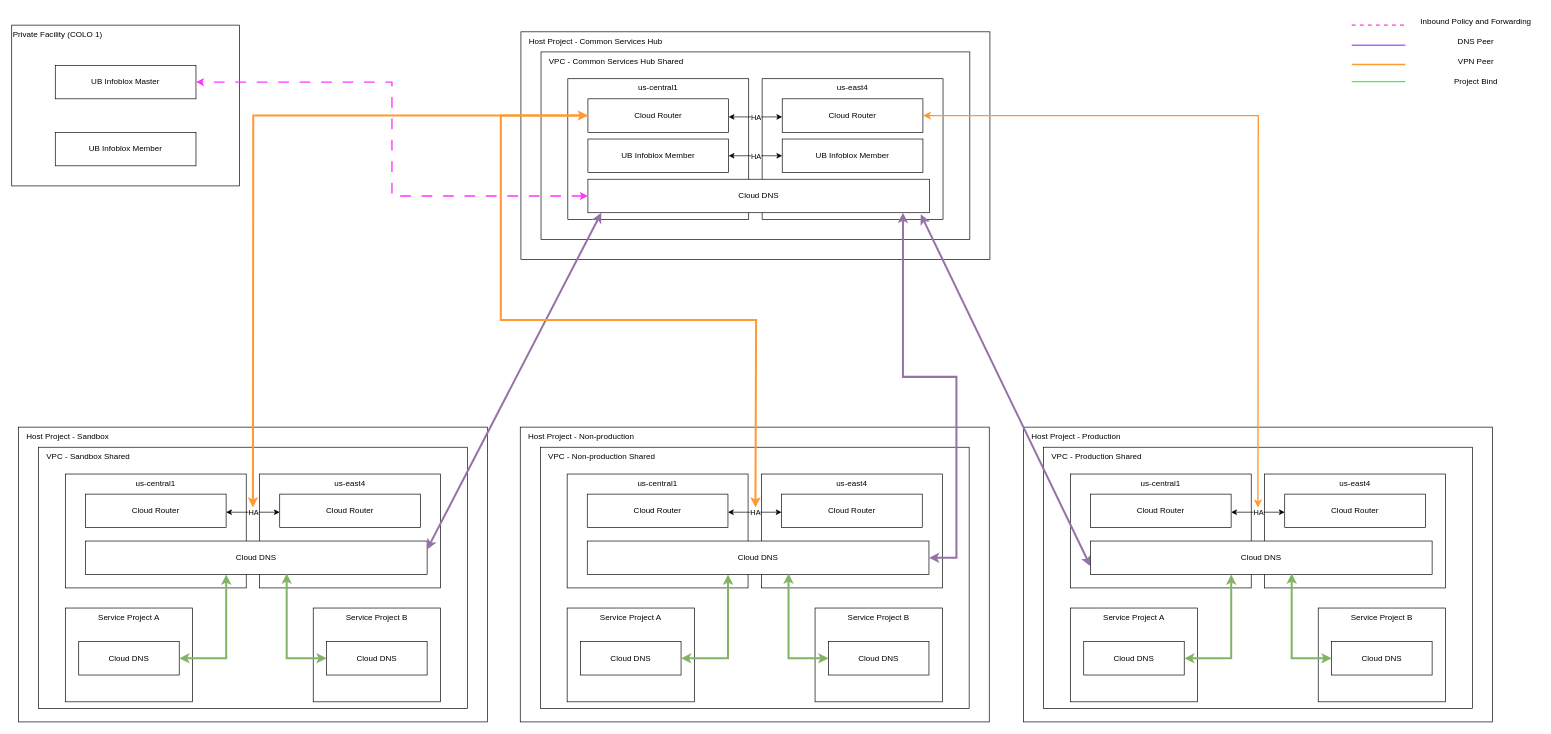
bpayt2/temp keeps this draw.io diagram as page "DNS - Level 1" (16 of 16) of disaster-recovery.drawio. Above is the earlier version. Source tidied: cells renumbered, new cells numbered last; positions are measured from the earlier drawing's top-left corner, leaving out a move shared by most shapes. Both pictures are drawn from the tidied source at 67%, with x=0, y=0 at pixel (11, 11).
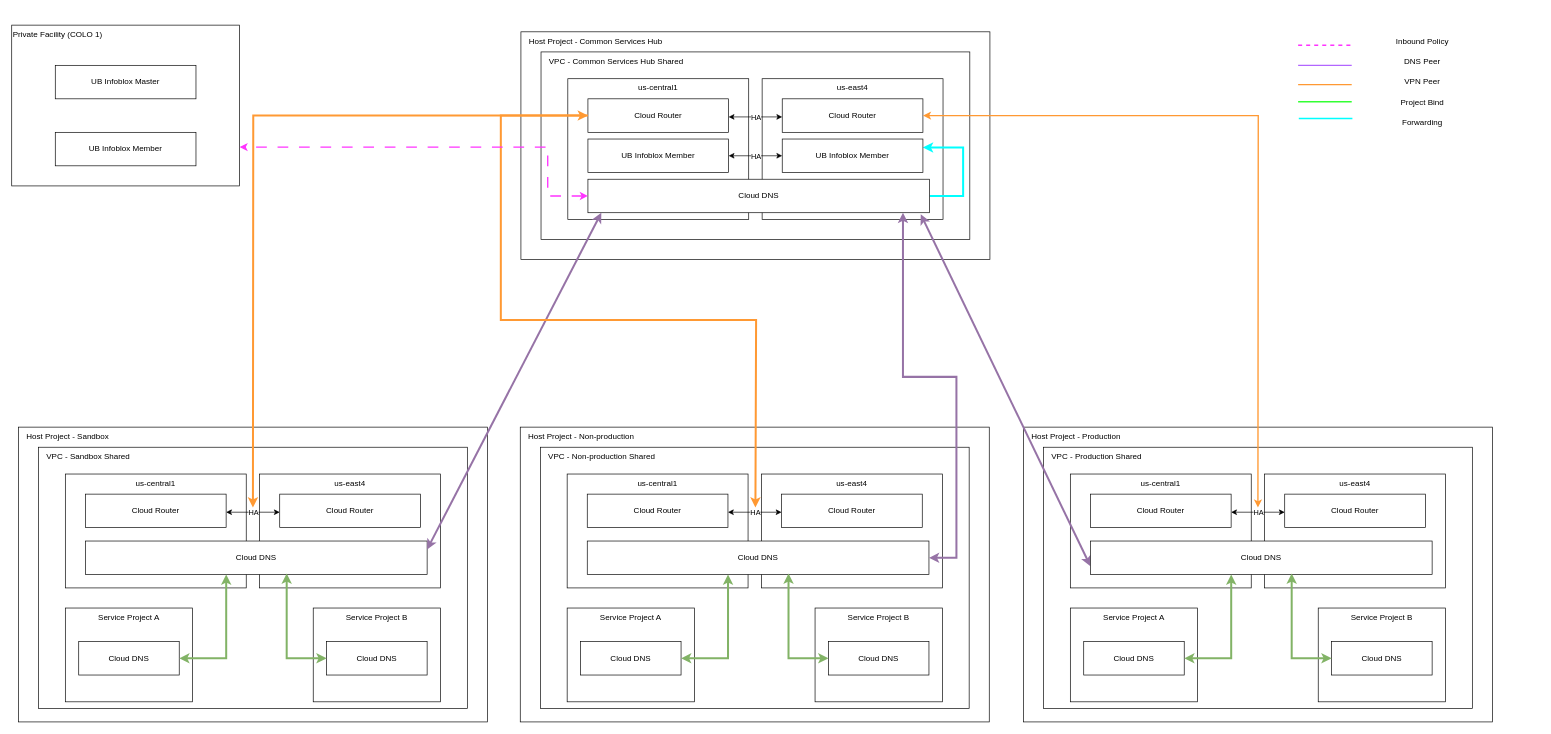
After the change.

The change refers to these unchanged cells:
```xml
<mxCell id="6" value="Cloud DNS" style="rounded=0;whiteSpace=wrap;html=1;" parent="1" vertex="1">
  <mxGeometry x="860" y="250" width="510" height="50" as="geometry" />
</mxCell>
<mxCell id="10" value="UB Infoblox Member" style="rounded=0;whiteSpace=wrap;html=1;" parent="1" vertex="1">
  <mxGeometry x="1150" y="190" width="210" height="50" as="geometry" />
</mxCell>
<mxCell id="66" value="Private Facility (COLO 1)" style="rounded=0;whiteSpace=wrap;html=1;align=left;verticalAlign=top;" parent="1" vertex="1">
  <mxGeometry y="20" width="340" height="240" as="geometry" />
</mxCell>
<mxCell id="67" value="UB Infoblox Master" style="rounded=0;whiteSpace=wrap;html=1;" parent="1" vertex="1">
  <mxGeometry x="65" y="80" width="210" height="50" as="geometry" />
</mxCell>
```

Diff of the diagram source:
```diff
@@
+    <mxCell id="78" style="edgeStyle=orthogonalEdgeStyle;rounded=0;jettySize=auto;html=1;exitX=1;exitY=0.5;exitDx=0;exitDy=0;entryX=1;entryY=0.25;entryDx=0;entryDy=0;strokeColor=#00FFFF;strokeWidth=3;" parent="1" edge="1" source="6" target="10">
+      <mxGeometry relative="1" as="geometry">
+        <Array as="points">
+          <mxPoint x="1420" y="275" />
+          <mxPoint x="1420" y="202" />
+        </Array>
+      </mxGeometry>
+    </mxCell>
@@
-    <mxCell id="69" style="edgeStyle=orthogonalEdgeStyle;rounded=0;jettySize=auto;html=1;exitX=0;exitY=0.5;exitDx=0;exitDy=0;entryX=1;entryY=0.5;entryDx=0;entryDy=0;fillColor=#ffcccc;strokeColor=#FF33FF;strokeWidth=2;startArrow=classic;startFill=1;dashed=1;dashPattern=8 8;" parent="1" edge="1" source="6" target="67">
-      <mxGeometry relative="1" as="geometry" />
+    <mxCell id="69" style="edgeStyle=orthogonalEdgeStyle;rounded=0;jettySize=auto;html=1;exitX=0;exitY=0.5;exitDx=0;exitDy=0;fillColor=#ffcccc;strokeColor=#FF33FF;strokeWidth=2;startArrow=classic;startFill=1;dashed=1;dashPattern=8 8;" parent="1" edge="1" source="6" target="66">
+      <mxGeometry relative="1" as="geometry">
+        <Array as="points">
+          <mxPoint x="800" y="275" />
+          <mxPoint x="800" y="202" />
+        </Array>
+      </mxGeometry>
     </mxCell>
     <mxCell id="70" style="endArrow=none;html=1;rounded=0;dashed=1;strokeColor=#FF33FF;strokeWidth=2;" parent="1" edge="1">
       <mxGeometry relative="1" as="geometry">
-        <mxPoint x="2000" y="20" as="sourcePoint" />
-        <mxPoint x="2080" y="20" as="targetPoint" />
+        <mxPoint x="1920" y="50" as="sourcePoint" />
+        <mxPoint x="2000" y="50" as="targetPoint" />
       </mxGeometry>
     </mxCell>
     <mxCell id="71" style="endArrow=none;html=1;rounded=0;strokeColor=#B266FF;strokeWidth=2;" parent="1" edge="1">
       <mxGeometry relative="1" as="geometry">
-        <mxPoint x="2000" y="50" as="sourcePoint" />
-        <mxPoint x="2080" y="50" as="targetPoint" />
+        <mxPoint x="1920" y="80" as="sourcePoint" />
+        <mxPoint x="2000" y="80" as="targetPoint" />
       </mxGeometry>
     </mxCell>
     <mxCell id="72" style="endArrow=none;html=1;rounded=0;strokeColor=#FF9933;strokeWidth=2;" parent="1" edge="1">
       <mxGeometry relative="1" as="geometry">
-        <mxPoint x="2000" y="78.8" as="sourcePoint" />
-        <mxPoint x="2080" y="78.8" as="targetPoint" />
+        <mxPoint x="1920" y="108.8" as="sourcePoint" />
+        <mxPoint x="2000" y="108.8" as="targetPoint" />
       </mxGeometry>
     </mxCell>
     <mxCell id="73" style="endArrow=none;html=1;rounded=0;strokeColor=#33FF33;strokeWidth=2;" parent="1" edge="1">
       <mxGeometry relative="1" as="geometry">
-        <mxPoint x="2000" y="104.4" as="sourcePoint" />
-        <mxPoint x="2080" y="104.4" as="targetPoint" />
+        <mxPoint x="1920" y="134.4" as="sourcePoint" />
+        <mxPoint x="2000" y="134.4" as="targetPoint" />
       </mxGeometry>
     </mxCell>
-    <mxCell id="74" value="Inbound Policy and Forwarding" style="text;html=1;align=center;verticalAlign=middle;strokeColor=none;fillColor=none;" parent="1" vertex="1">
-      <mxGeometry x="2090" width="190" height="30" as="geometry" />
+    <mxCell id="74" value="Inbound Policy" style="text;html=1;align=center;verticalAlign=middle;strokeColor=none;fillColor=none;" parent="1" vertex="1">
+      <mxGeometry x="2055" y="30" width="100" height="30" as="geometry" />
     </mxCell>
     <mxCell id="75" value="DNS Peer" style="text;html=1;align=center;verticalAlign=middle;strokeColor=none;fillColor=none;" parent="1" vertex="1">
-      <mxGeometry x="2145" y="30" width="80" height="30" as="geometry" />
+      <mxGeometry x="2065" y="60" width="80" height="30" as="geometry" />
     </mxCell>
     <mxCell id="76" value="VPN Peer" style="text;html=1;align=center;verticalAlign=middle;strokeColor=none;fillColor=none;" parent="1" vertex="1">
-      <mxGeometry x="2145" y="60" width="80" height="30" as="geometry" />
+      <mxGeometry x="2065" y="90" width="80" height="30" as="geometry" />
     </mxCell>
     <mxCell id="77" value="Project Bind" style="text;html=1;align=center;verticalAlign=middle;strokeColor=none;fillColor=none;" parent="1" vertex="1">
-      <mxGeometry x="2140" y="90" width="90" height="30" as="geometry" />
+      <mxGeometry x="2060" y="120" width="90" height="30" as="geometry" />
     </mxCell>
+    <mxCell id="79" style="endArrow=none;html=1;rounded=0;strokeColor=#00FFFF;strokeWidth=2;" parent="1" edge="1">
+      <mxGeometry relative="1" as="geometry">
+        <mxPoint x="1921" y="159.4" as="sourcePoint" />
+        <mxPoint x="2001" y="159.4" as="targetPoint" />
+      </mxGeometry>
+    </mxCell>
+    <mxCell id="80" value="Forwarding" style="text;html=1;align=center;verticalAlign=middle;strokeColor=none;fillColor=none;" parent="1" vertex="1">
+      <mxGeometry x="2065" y="150" width="80" height="30" as="geometry" />
+    </mxCell>
```
